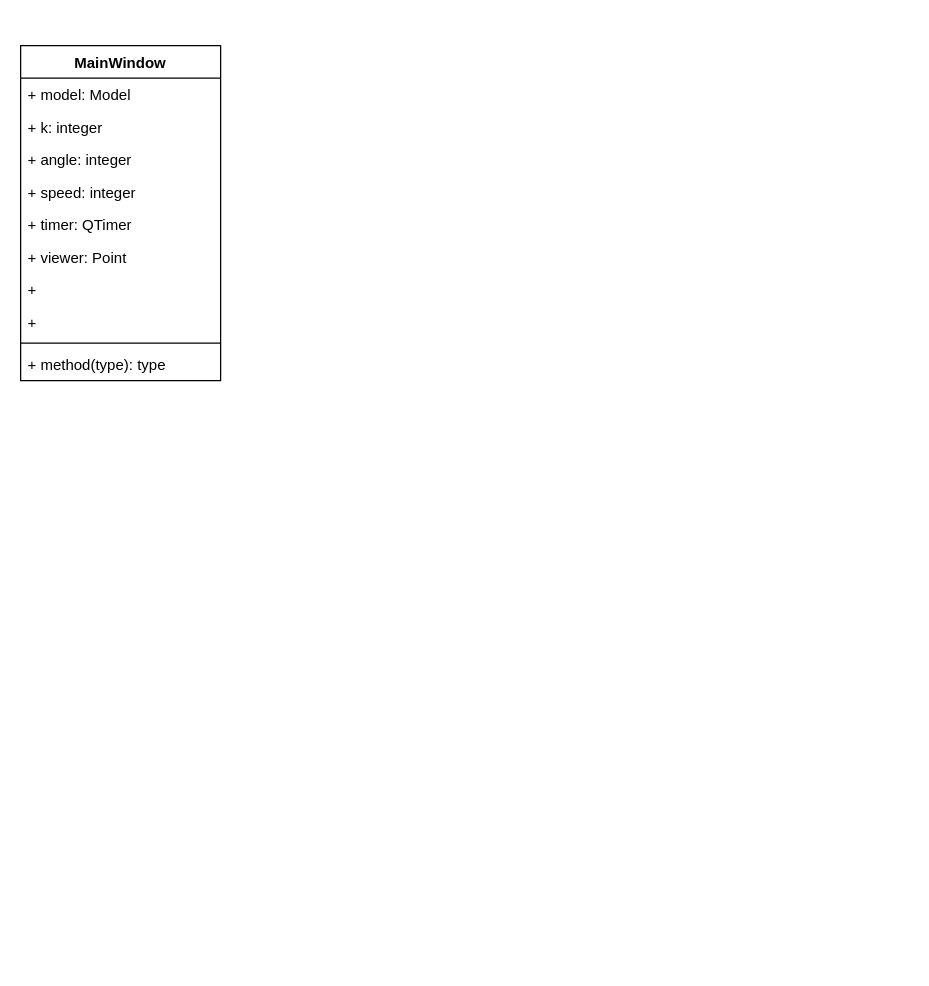
This is inc/course_project.drawio from ilyasssklimov/bmstu_CourseProjectCG, a draw.io file, before an edit. Source tidied: cells renumbered, new cells numbered last; positions are measured from the earlier drawing's top-left corner, leaving out a move shared by most shapes. Both pictures are drawn from the tidied source at 125%, with x=0, y=0 at pixel (20, 45).
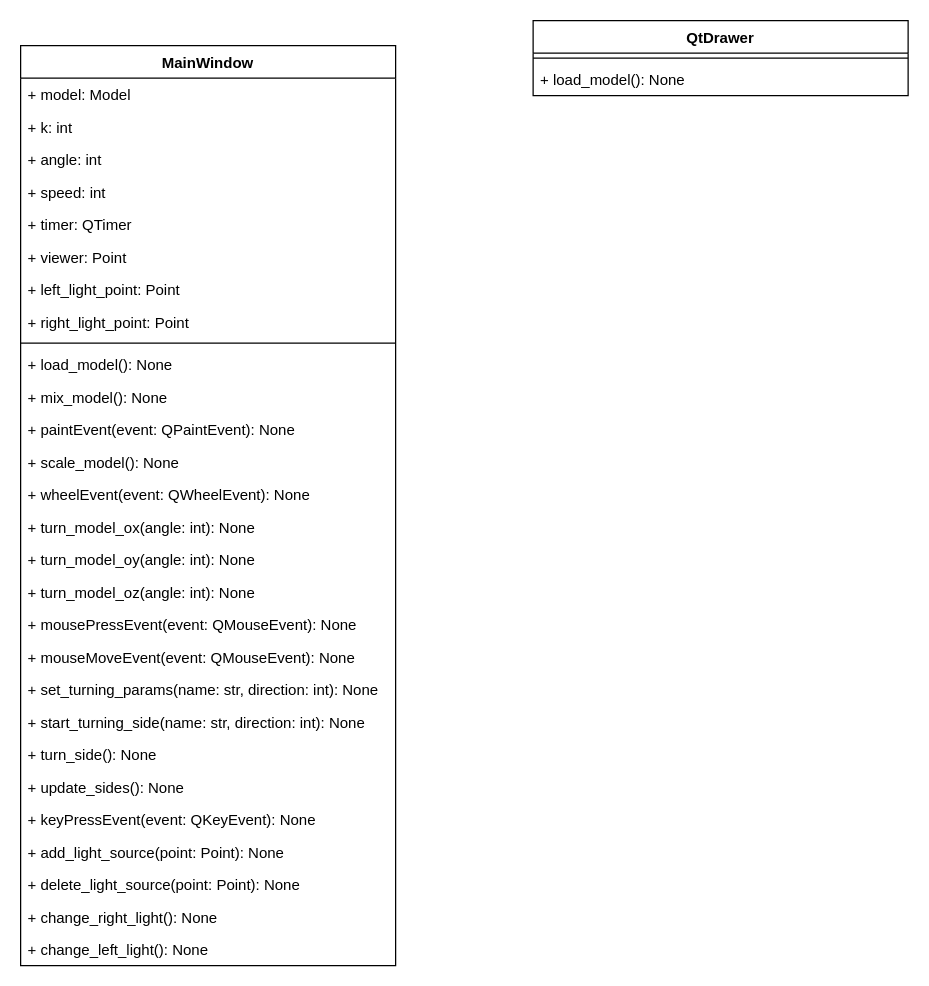
Above is the later version.

Commit message (it also covers changes not shown here):
add mainwindow class

Change to the diagram source:
```diff
@@
     <mxCell id="2" value="MainWindow" style="swimlane;fontStyle=1;align=center;verticalAlign=top;horizontal=1;startSize=26;" parent="1" vertex="1">
-      <mxGeometry width="160" height="268" as="geometry" />
+      <mxGeometry width="300" height="736" as="geometry" />
     </mxCell>
     <mxCell id="3" value="+ model: Model" style="text;strokeColor=none;fillColor=none;align=left;verticalAlign=top;spacingLeft=4;spacingRight=4;overflow=hidden;" parent="2" vertex="1">
-      <mxGeometry y="26" width="160" height="26" as="geometry" />
+      <mxGeometry y="26" width="300" height="26" as="geometry" />
     </mxCell>
-    <mxCell id="4" value="+ k: integer" style="text;strokeColor=none;fillColor=none;align=left;verticalAlign=top;spacingLeft=4;spacingRight=4;overflow=hidden;" parent="2" vertex="1">
-      <mxGeometry y="52" width="160" height="26" as="geometry" />
+    <mxCell id="4" value="+ k: int" style="text;strokeColor=none;fillColor=none;align=left;verticalAlign=top;spacingLeft=4;spacingRight=4;overflow=hidden;" parent="2" vertex="1">
+      <mxGeometry y="52" width="300" height="26" as="geometry" />
     </mxCell>
-    <mxCell id="5" value="+ angle: integer" style="text;strokeColor=none;fillColor=none;align=left;verticalAlign=top;spacingLeft=4;spacingRight=4;overflow=hidden;" parent="2" vertex="1">
-      <mxGeometry y="78" width="160" height="26" as="geometry" />
+    <mxCell id="5" value="+ angle: int" style="text;strokeColor=none;fillColor=none;align=left;verticalAlign=top;spacingLeft=4;spacingRight=4;overflow=hidden;" parent="2" vertex="1">
+      <mxGeometry y="78" width="300" height="26" as="geometry" />
     </mxCell>
-    <mxCell id="6" value="+ speed: integer" style="text;strokeColor=none;fillColor=none;align=left;verticalAlign=top;spacingLeft=4;spacingRight=4;overflow=hidden;" parent="2" vertex="1">
-      <mxGeometry y="104" width="160" height="26" as="geometry" />
+    <mxCell id="6" value="+ speed: int" style="text;strokeColor=none;fillColor=none;align=left;verticalAlign=top;spacingLeft=4;spacingRight=4;overflow=hidden;" parent="2" vertex="1">
+      <mxGeometry y="104" width="300" height="26" as="geometry" />
     </mxCell>
     <mxCell id="7" value="+ timer: QTimer" style="text;strokeColor=none;fillColor=none;align=left;verticalAlign=top;spacingLeft=4;spacingRight=4;overflow=hidden;" parent="2" vertex="1">
-      <mxGeometry y="130" width="160" height="26" as="geometry" />
+      <mxGeometry y="130" width="300" height="26" as="geometry" />
     </mxCell>
     <mxCell id="8" value="+ viewer: Point" style="text;strokeColor=none;fillColor=none;align=left;verticalAlign=top;spacingLeft=4;spacingRight=4;overflow=hidden;" parent="2" vertex="1">
-      <mxGeometry y="156" width="160" height="26" as="geometry" />
+      <mxGeometry y="156" width="300" height="26" as="geometry" />
     </mxCell>
-    <mxCell id="9" value="+ " style="text;strokeColor=none;fillColor=none;align=left;verticalAlign=top;spacingLeft=4;spacingRight=4;overflow=hidden;" parent="2" vertex="1">
-      <mxGeometry y="182" width="160" height="26" as="geometry" />
+    <mxCell id="9" value="+ left_light_point: Point" style="text;strokeColor=none;fillColor=none;align=left;verticalAlign=top;spacingLeft=4;spacingRight=4;overflow=hidden;" parent="2" vertex="1">
+      <mxGeometry y="182" width="300" height="26" as="geometry" />
     </mxCell>
-    <mxCell id="10" value="+ " style="text;strokeColor=none;fillColor=none;align=left;verticalAlign=top;spacingLeft=4;spacingRight=4;overflow=hidden;" parent="2" vertex="1">
-      <mxGeometry y="208" width="160" height="26" as="geometry" />
+    <mxCell id="10" value="+ right_light_point: Point" style="text;strokeColor=none;fillColor=none;align=left;verticalAlign=top;spacingLeft=4;spacingRight=4;overflow=hidden;" parent="2" vertex="1">
+      <mxGeometry y="208" width="300" height="26" as="geometry" />
     </mxCell>
     <mxCell id="11" style="line;strokeWidth=1;fillColor=none;align=left;verticalAlign=middle;spacingTop=-1;spacingLeft=3;spacingRight=3;labelPosition=right;" parent="2" vertex="1">
-      <mxGeometry y="234" width="160" height="8" as="geometry" />
+      <mxGeometry y="234" width="300" height="8" as="geometry" />
     </mxCell>
-    <mxCell id="12" value="+ method(type): type" style="text;strokeColor=none;fillColor=none;align=left;verticalAlign=top;spacingLeft=4;spacingRight=4;overflow=hidden;" parent="2" vertex="1">
-      <mxGeometry y="242" width="160" height="26" as="geometry" />
+    <mxCell id="12" value="+ load_model(): None " style="text;strokeColor=none;fillColor=none;align=left;verticalAlign=top;spacingLeft=4;spacingRight=4;overflow=hidden;" parent="2" vertex="1">
+      <mxGeometry y="242" width="300" height="26" as="geometry" />
     </mxCell>
+    <mxCell id="13" value="+ mix_model(): None " style="text;strokeColor=none;fillColor=none;align=left;verticalAlign=top;spacingLeft=4;spacingRight=4;overflow=hidden;" parent="2" vertex="1">
+      <mxGeometry y="268" width="300" height="26" as="geometry" />
+    </mxCell>
+    <mxCell id="14" value="+ paintEvent(event: QPaintEvent): None " style="text;strokeColor=none;fillColor=none;align=left;verticalAlign=top;spacingLeft=4;spacingRight=4;overflow=hidden;" parent="2" vertex="1">
+      <mxGeometry y="294" width="300" height="26" as="geometry" />
+    </mxCell>
+    <mxCell id="15" value="+ scale_model(): None " style="text;strokeColor=none;fillColor=none;align=left;verticalAlign=top;spacingLeft=4;spacingRight=4;overflow=hidden;" parent="2" vertex="1">
+      <mxGeometry y="320" width="300" height="26" as="geometry" />
+    </mxCell>
+    <mxCell id="16" value="+ wheelEvent(event: QWheelEvent): None " style="text;strokeColor=none;fillColor=none;align=left;verticalAlign=top;spacingLeft=4;spacingRight=4;overflow=hidden;" parent="2" vertex="1">
+      <mxGeometry y="346" width="300" height="26" as="geometry" />
+    </mxCell>
+    <mxCell id="17" value="+ turn_model_ox(angle: int): None " style="text;strokeColor=none;fillColor=none;align=left;verticalAlign=top;spacingLeft=4;spacingRight=4;overflow=hidden;" parent="2" vertex="1">
+      <mxGeometry y="372" width="300" height="26" as="geometry" />
+    </mxCell>
+    <mxCell id="18" value="+ turn_model_oy(angle: int): None " style="text;strokeColor=none;fillColor=none;align=left;verticalAlign=top;spacingLeft=4;spacingRight=4;overflow=hidden;" parent="2" vertex="1">
+      <mxGeometry y="398" width="300" height="26" as="geometry" />
+    </mxCell>
+    <mxCell id="19" value="+ turn_model_oz(angle: int): None " style="text;strokeColor=none;fillColor=none;align=left;verticalAlign=top;spacingLeft=4;spacingRight=4;overflow=hidden;" parent="2" vertex="1">
+      <mxGeometry y="424" width="300" height="26" as="geometry" />
+    </mxCell>
+    <mxCell id="20" value="+ mousePressEvent(event: QMouseEvent): None " style="text;strokeColor=none;fillColor=none;align=left;verticalAlign=top;spacingLeft=4;spacingRight=4;overflow=hidden;" parent="2" vertex="1">
+      <mxGeometry y="450" width="300" height="26" as="geometry" />
+    </mxCell>
+    <mxCell id="21" value="+ mouseMoveEvent(event: QMouseEvent): None " style="text;strokeColor=none;fillColor=none;align=left;verticalAlign=top;spacingLeft=4;spacingRight=4;overflow=hidden;" parent="2" vertex="1">
+      <mxGeometry y="476" width="300" height="26" as="geometry" />
+    </mxCell>
+    <mxCell id="22" value="+ set_turning_params(name: str, direction: int): None " style="text;strokeColor=none;fillColor=none;align=left;verticalAlign=top;spacingLeft=4;spacingRight=4;overflow=hidden;" parent="2" vertex="1">
+      <mxGeometry y="502" width="300" height="26" as="geometry" />
+    </mxCell>
+    <mxCell id="23" value="+ start_turning_side(name: str, direction: int): None " style="text;strokeColor=none;fillColor=none;align=left;verticalAlign=top;spacingLeft=4;spacingRight=4;overflow=hidden;" parent="2" vertex="1">
+      <mxGeometry y="528" width="300" height="26" as="geometry" />
+    </mxCell>
+    <mxCell id="24" value="+ turn_side(): None " style="text;strokeColor=none;fillColor=none;align=left;verticalAlign=top;spacingLeft=4;spacingRight=4;overflow=hidden;" parent="2" vertex="1">
+      <mxGeometry y="554" width="300" height="26" as="geometry" />
+    </mxCell>
+    <mxCell id="25" value="+ update_sides(): None " style="text;strokeColor=none;fillColor=none;align=left;verticalAlign=top;spacingLeft=4;spacingRight=4;overflow=hidden;" parent="2" vertex="1">
+      <mxGeometry y="580" width="300" height="26" as="geometry" />
+    </mxCell>
+    <mxCell id="26" value="+ keyPressEvent(event: QKeyEvent): None " style="text;strokeColor=none;fillColor=none;align=left;verticalAlign=top;spacingLeft=4;spacingRight=4;overflow=hidden;" parent="2" vertex="1">
+      <mxGeometry y="606" width="300" height="26" as="geometry" />
+    </mxCell>
+    <mxCell id="27" value="+ add_light_source(point: Point): None " style="text;strokeColor=none;fillColor=none;align=left;verticalAlign=top;spacingLeft=4;spacingRight=4;overflow=hidden;" parent="2" vertex="1">
+      <mxGeometry y="632" width="300" height="26" as="geometry" />
+    </mxCell>
+    <mxCell id="28" value="+ delete_light_source(point: Point): None " style="text;strokeColor=none;fillColor=none;align=left;verticalAlign=top;spacingLeft=4;spacingRight=4;overflow=hidden;" parent="2" vertex="1">
+      <mxGeometry y="658" width="300" height="26" as="geometry" />
+    </mxCell>
+    <mxCell id="29" value="+ change_right_light(): None " style="text;strokeColor=none;fillColor=none;align=left;verticalAlign=top;spacingLeft=4;spacingRight=4;overflow=hidden;" parent="2" vertex="1">
+      <mxGeometry y="684" width="300" height="26" as="geometry" />
+    </mxCell>
+    <mxCell id="30" value="+ change_left_light(): None " style="text;strokeColor=none;fillColor=none;align=left;verticalAlign=top;spacingLeft=4;spacingRight=4;overflow=hidden;" parent="2" vertex="1">
+      <mxGeometry y="710" width="300" height="26" as="geometry" />
+    </mxCell>
+    <mxCell id="31" value="QtDrawer" style="swimlane;fontStyle=1;align=center;verticalAlign=top;horizontal=1;startSize=26;" parent="1" vertex="1">
+      <mxGeometry x="410" y="-20" width="300" height="60" as="geometry" />
+    </mxCell>
+    <mxCell id="32" style="line;strokeWidth=1;fillColor=none;align=left;verticalAlign=middle;spacingTop=-1;spacingLeft=3;spacingRight=3;labelPosition=right;" parent="31" vertex="1">
+      <mxGeometry y="26" width="300" height="8" as="geometry" />
+    </mxCell>
+    <mxCell id="33" value="+ load_model(): None " style="text;strokeColor=none;fillColor=none;align=left;verticalAlign=top;spacingLeft=4;spacingRight=4;overflow=hidden;" parent="31" vertex="1">
+      <mxGeometry y="34" width="300" height="26" as="geometry" />
+    </mxCell>
```
